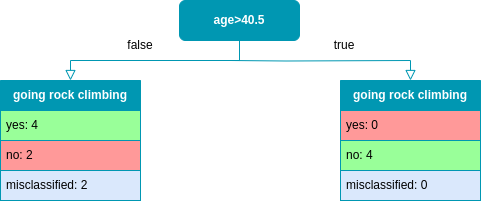
The draw.io diagram static/images/adaboost/ab_example_clf_third_stump.drawio.png in froukje/datamapu, before a commit. Source tidied: cells renumbered, new cells last; positions are measured from the earlier drawing's top-left corner, leaving out a move shared by most shapes.
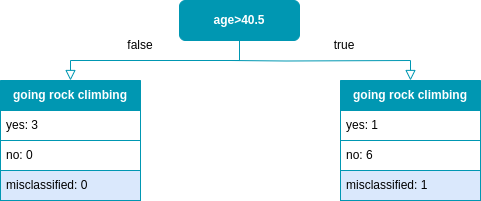
The same diagram one commit later.

Diff of the diagram source:
```diff
@@ -11,25 +11,25 @@
     <mxCell id="4" value="&lt;font color=&quot;#ffffff&quot;&gt;&lt;b&gt;going rock climbing&lt;/b&gt;&lt;/font&gt;" style="swimlane;fontStyle=0;horizontal=1;startSize=30;whiteSpace=wrap;html=1;fillColor=#0097B2;strokeColor=#0097B2;" parent="1" vertex="1">
       <mxGeometry y="80" width="140" height="120" as="geometry" />
     </mxCell>
-    <mxCell id="5" value="yes: 4" style="text;strokeColor=#0097B2;fillColor=#99FF99;align=left;verticalAlign=middle;spacingLeft=4;spacingRight=4;overflow=hidden;whiteSpace=wrap;html=1;labelBackgroundColor=none;" parent="4" vertex="1">
+    <mxCell id="5" value="yes: 3" style="text;strokeColor=#0097B2;fillColor=#FFFFFF;align=left;verticalAlign=middle;spacingLeft=4;spacingRight=4;overflow=hidden;whiteSpace=wrap;html=1;labelBackgroundColor=none;" parent="4" vertex="1">
       <mxGeometry y="30" width="140" height="30" as="geometry" />
     </mxCell>
-    <mxCell id="6" value="no: 2" style="text;strokeColor=#0097B2;fillColor=#FF9999;align=left;verticalAlign=middle;spacingLeft=4;spacingRight=4;overflow=hidden;whiteSpace=wrap;html=1;labelBackgroundColor=none;" parent="4" vertex="1">
+    <mxCell id="6" value="no: 0" style="text;strokeColor=#0097B2;fillColor=#FFFFFF;align=left;verticalAlign=middle;spacingLeft=4;spacingRight=4;overflow=hidden;whiteSpace=wrap;html=1;labelBackgroundColor=none;" parent="4" vertex="1">
       <mxGeometry y="60" width="140" height="30" as="geometry" />
     </mxCell>
-    <mxCell id="7" value="misclassified: 2" style="text;strokeColor=#0097B2;fillColor=#dae8fc;align=left;verticalAlign=middle;spacingLeft=4;spacingRight=4;overflow=hidden;whiteSpace=wrap;html=1;" parent="4" vertex="1">
+    <mxCell id="7" value="misclassified: 0" style="text;strokeColor=#0097B2;fillColor=#dae8fc;align=left;verticalAlign=middle;spacingLeft=4;spacingRight=4;overflow=hidden;whiteSpace=wrap;html=1;" parent="4" vertex="1">
       <mxGeometry y="90" width="140" height="30" as="geometry" />
     </mxCell>
     <mxCell id="8" value="&lt;font color=&quot;#ffffff&quot;&gt;&lt;b&gt;going rock climbing&lt;/b&gt;&lt;/font&gt;" style="swimlane;fontStyle=0;horizontal=1;startSize=30;whiteSpace=wrap;html=1;fillColor=#0097B2;strokeColor=#0097B2;" parent="1" vertex="1">
       <mxGeometry x="340" y="80" width="140" height="120" as="geometry" />
     </mxCell>
-    <mxCell id="9" value="yes: 0" style="text;strokeColor=#0097B2;fillColor=#FF9999;align=left;verticalAlign=middle;spacingLeft=4;spacingRight=4;overflow=hidden;whiteSpace=wrap;html=1;labelBackgroundColor=none;" parent="8" vertex="1">
+    <mxCell id="9" value="yes: 1" style="text;strokeColor=#0097B2;fillColor=#FFFFFF;align=left;verticalAlign=middle;spacingLeft=4;spacingRight=4;overflow=hidden;whiteSpace=wrap;html=1;labelBackgroundColor=none;" parent="8" vertex="1">
       <mxGeometry y="30" width="140" height="30" as="geometry" />
     </mxCell>
-    <mxCell id="10" value="no: 4" style="text;strokeColor=#0097B2;fillColor=#99FF99;align=left;verticalAlign=middle;spacingLeft=4;spacingRight=4;overflow=hidden;whiteSpace=wrap;html=1;labelBorderColor=none;labelBackgroundColor=none;" parent="8" vertex="1">
+    <mxCell id="10" value="no: 6" style="text;strokeColor=#0097B2;fillColor=#FFFFFF;align=left;verticalAlign=middle;spacingLeft=4;spacingRight=4;overflow=hidden;whiteSpace=wrap;html=1;labelBorderColor=none;labelBackgroundColor=none;" parent="8" vertex="1">
       <mxGeometry y="60" width="140" height="30" as="geometry" />
     </mxCell>
-    <mxCell id="11" value="misclassified: 0" style="text;strokeColor=#0097B2;fillColor=#dae8fc;align=left;verticalAlign=middle;spacingLeft=4;spacingRight=4;overflow=hidden;whiteSpace=wrap;html=1;" parent="8" vertex="1">
+    <mxCell id="11" value="misclassified: 1" style="text;strokeColor=#0097B2;fillColor=#dae8fc;align=left;verticalAlign=middle;spacingLeft=4;spacingRight=4;overflow=hidden;whiteSpace=wrap;html=1;" parent="8" vertex="1">
       <mxGeometry y="90" width="140" height="30" as="geometry" />
     </mxCell>
     <mxCell id="12" style="rounded=0;html=1;jettySize=auto;fontSize=11;endArrow=block;endFill=0;endSize=8;strokeWidth=1;shadow=0;labelBackgroundColor=none;edgeStyle=orthogonalEdgeStyle;entryX=0.5;entryY=0;entryDx=0;entryDy=0;strokeColor=#0097B2;" parent="1" edge="1" target="8">
```
